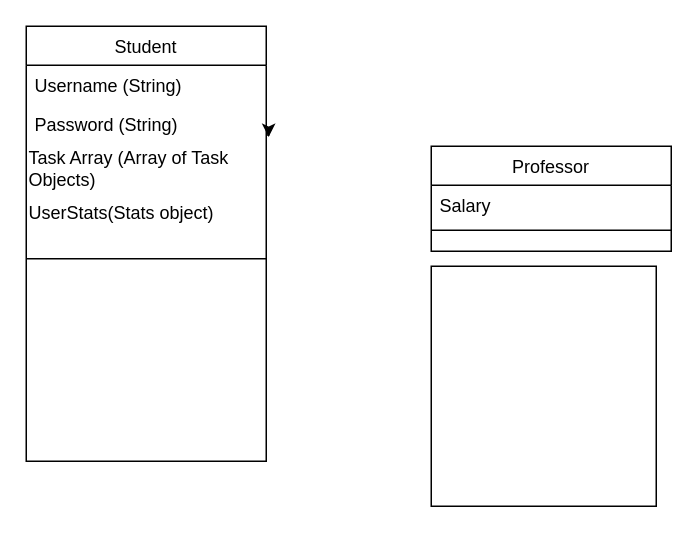
Above: Untitled Diagram.drawio in DROFEL/Please_Compile_ProSchoolar (draw.io), before the change. Source tidied: cells renumbered, new cells numbered last; positions are measured from the earlier drawing's top-left corner, leaving out a move shared by most shapes. Both pictures are drawn from the tidied source at 150%, with x=0, y=0 at pixel (26, 26).
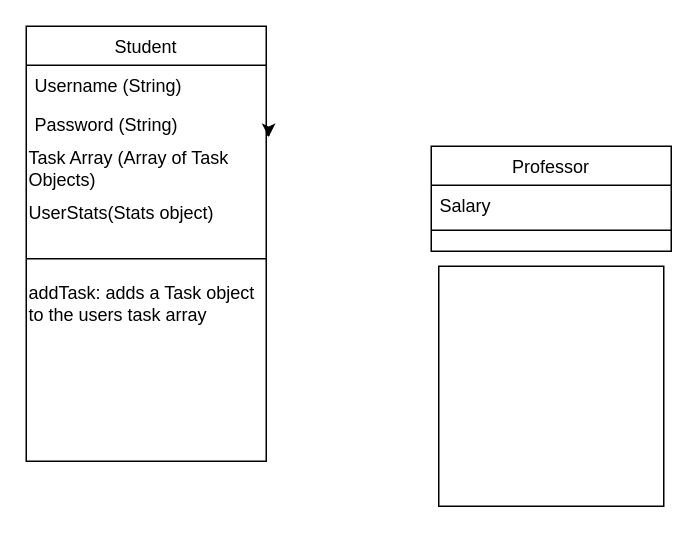
The same diagram, later.

Change to the diagram source:
```diff
@@
 <mxGraphModel>
   <root>
     <mxCell id="0" />
     <mxCell id="1" parent="0" />
     <mxCell id="2" value="Student" style="swimlane;fontStyle=0;align=center;verticalAlign=top;horizontal=1;startSize=26;rounded=0;shadow=0;strokeWidth=1;" parent="1" vertex="1">
       <mxGeometry width="160" height="290" as="geometry" />
     </mxCell>
     <mxCell id="3" value="Username (String)&#10;" style="text;align=left;verticalAlign=top;spacingLeft=4;spacingRight=4;overflow=hidden;" parent="2" vertex="1">
       <mxGeometry y="26" width="160" height="26" as="geometry" />
     </mxCell>
     <mxCell id="4" value="Password (String)&#10;" style="text;align=left;verticalAlign=top;spacingLeft=4;spacingRight=4;overflow=hidden;points=[[0,0.5],[1,0.5]];portConstraint=eastwest;rounded=0;shadow=0;html=0;" parent="2" vertex="1">
       <mxGeometry y="52" width="160" height="28" as="geometry" />
     </mxCell>
     <mxCell id="5" style="edgeStyle=orthogonalEdgeStyle;rounded=0;jettySize=auto;html=1;exitX=1;exitY=0.25;exitDx=0;exitDy=0;entryX=1.01;entryY=0.781;entryDx=0;entryDy=0;entryPerimeter=0;" parent="2" edge="1" source="2" target="4">
       <mxGeometry relative="1" as="geometry" />
     </mxCell>
     <mxCell id="6" value="Task Array (Array of Task Objects)" style="text;html=1;strokeColor=none;fillColor=none;align=left;verticalAlign=middle;whiteSpace=wrap;rounded=0;" parent="2" vertex="1">
       <mxGeometry y="80" width="160" height="30" as="geometry" />
     </mxCell>
     <mxCell id="7" value="UserStats(Stats object)" style="text;html=1;strokeColor=none;fillColor=none;align=left;verticalAlign=middle;whiteSpace=wrap;rounded=0;" parent="2" vertex="1">
       <mxGeometry y="110" width="160" height="30" as="geometry" />
     </mxCell>
     <mxCell id="8" style="line;html=1;strokeWidth=1;align=left;verticalAlign=middle;spacingTop=-1;spacingLeft=3;spacingRight=3;labelPosition=right;" parent="2" vertex="1">
       <mxGeometry y="140" width="160" height="30" as="geometry" />
     </mxCell>
+    <mxCell id="13" value="addTask: adds a Task object to the users task array" style="text;html=1;strokeColor=none;fillColor=none;align=left;verticalAlign=middle;whiteSpace=wrap;rounded=0;" parent="2" vertex="1">
+      <mxGeometry y="170" width="160" height="30" as="geometry" />
+    </mxCell>
     <mxCell id="9" value="Professor" style="swimlane;fontStyle=0;align=center;verticalAlign=top;horizontal=1;startSize=26;rounded=0;shadow=0;strokeWidth=1;" parent="1" vertex="1">
       <mxGeometry x="270" y="80" width="160" height="70" as="geometry" />
     </mxCell>
     <mxCell id="10" value="Salary" style="text;align=left;verticalAlign=top;spacingLeft=4;spacingRight=4;overflow=hidden;" parent="9" vertex="1">
       <mxGeometry y="26" width="160" height="26" as="geometry" />
     </mxCell>
     <mxCell id="11" style="line;html=1;strokeWidth=1;align=left;verticalAlign=middle;spacingTop=-1;spacingLeft=3;spacingRight=3;labelPosition=right;" parent="9" vertex="1">
       <mxGeometry y="52" width="160" height="8" as="geometry" />
     </mxCell>
     <mxCell id="12" style="rounded=0;whiteSpace=wrap;html=1;" parent="1" vertex="1">
-      <mxGeometry x="270" y="160" width="150" height="160" as="geometry" />
+      <mxGeometry x="275" y="160" width="150" height="160" as="geometry" />
     </mxCell>
   </root>
 </mxGraphModel>
```
